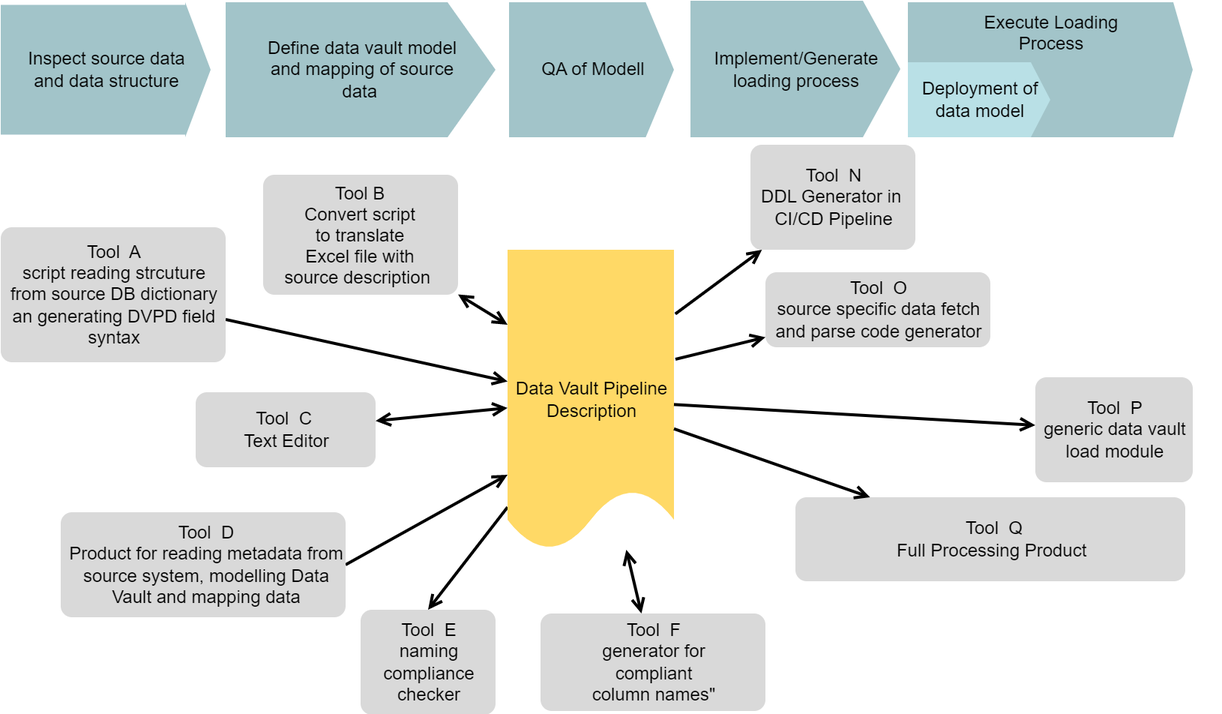
The draw.io diagram documentation/images/dvpd_basic_idea.drawio.png in cimt-ag/data_vault_pipelinedescription, before a commit. Source tidied: cells renumbered, new cells last; positions are measured from the earlier drawing's top-left corner, leaving out a move shared by most shapes.
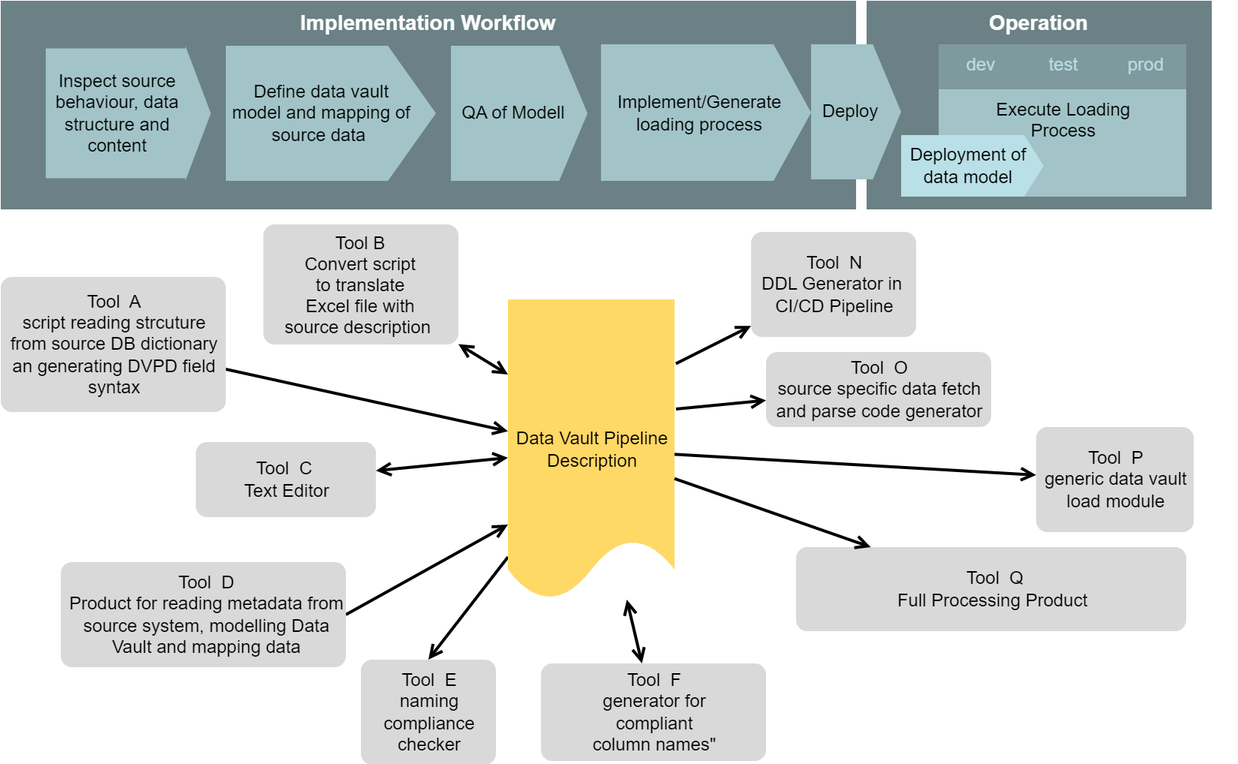
Later version of the same file.

Commit message:
More details in basic idea

Change to the diagram source:
```diff
@@ -2,8 +2,14 @@
   <root>
     <mxCell id="0" />
     <mxCell id="1" value="Layer 0" parent="0" />
+    <mxCell id="29" value="Operation" style="rounded=0;whiteSpace=wrap;html=1;fillColor=#6B8185;strokeColor=none;verticalAlign=top;fontStyle=1;fontSize=14;fontColor=#FCFCFC;" parent="1" vertex="1">
+      <mxGeometry x="577" y="-33" width="230" height="139" as="geometry" />
+    </mxCell>
+    <mxCell id="30" value="Implementation Workflow" style="rounded=0;whiteSpace=wrap;html=1;fillColor=#6B8185;strokeColor=none;verticalAlign=top;fontStyle=1;fontSize=14;fontColor=#FCFCFC;" parent="1" vertex="1">
+      <mxGeometry y="-33" width="570" height="139" as="geometry" />
+    </mxCell>
-    <mxCell id="2" value="&lt;div style=&quot;width: 121.8px;height:auto;word-break: break-word;&quot;&gt;&lt;div align=&quot;center&quot;&gt;&lt;font face=&quot;Arial&quot;&gt;Execute Loading Process&lt;/font&gt;&lt;/div&gt;&lt;/div&gt;" style="shape=mxgraph.arrows2.arrow;dy=0;dx=13;notch=0;shadow=0;strokeWidth=0;strokeColor=none;fillColor=#a2c4c9;opacity=100.0;html=1;nl2Br=0;verticalAlign=top;align=center;spacingLeft=2.6;spacingRight=0;whiteSpace=wrap;gliffyId=6;" parent="1" vertex="1">
-      <mxGeometry x="605" y="1" width="190" height="90" as="geometry" />
+    <mxCell id="2" value="&lt;div style=&quot;width: 121.8px;height:auto;word-break: break-word;&quot;&gt;&lt;div align=&quot;center&quot;&gt;&lt;font face=&quot;Arial&quot;&gt;Execute Loading Process&lt;/font&gt;&lt;/div&gt;&lt;/div&gt;" style="shape=mxgraph.arrows2.arrow;dy=0;dx=0;notch=0;shadow=0;strokeWidth=0;strokeColor=none;fillColor=#a2c4c9;opacity=100.0;html=1;nl2Br=0;verticalAlign=top;align=center;spacingLeft=2.6;spacingRight=0;whiteSpace=wrap;gliffyId=6;" parent="1" vertex="1">
+      <mxGeometry x="625" y="26" width="165" height="71.5" as="geometry" />
     </mxCell>
     <mxCell id="3" style="shape=filledEdge;rounded=0;jettySize=auto;html=1;entryX=0.5;entryY=0;entryDx=0;entryDy=0;labelBackgroundColor=default;strokeColor=#000000;strokeWidth=2;fontFamily=Helvetica;fontSize=11;fontColor=default;startArrow=none;startFill=0;endArrow=open;endFill=0;startSize=6;endSize=6;fillColor=none;" parent="1" edge="1" source="4" target="25">
       <mxGeometry relative="1" as="geometry" />
@@ -11,17 +17,17 @@
     <mxCell id="4" value="Data Vault&#10;Pipeline Description" style="shape=document;size=0.2;shadow=0;strokeWidth=0;strokeColor=none;fillColor=#ffd966;opacity=100.0;nl2Br=0;verticalAlign=middle;align=center;spacingLeft=2.6;spacingRight=0;whiteSpace=wrap;gliffyId=0;" parent="1" vertex="1">
       <mxGeometry x="338" y="166" width="111" height="200" as="geometry" />
     </mxCell>
-    <mxCell id="5" value="&lt;div style=&quot;width: 141.0px;height:auto;word-break: break-word;&quot;&gt;&lt;div align=&quot;center&quot;&gt;&lt;font face=&quot;Arial&quot;&gt;Define data vault model and mapping of source data&amp;nbsp;&lt;/font&gt;&lt;/div&gt;&lt;/div&gt;" style="shape=mxgraph.arrows2.arrow;dy=0;dx=32;notch=0;shadow=0;strokeWidth=0;strokeColor=none;fillColor=#a2c4c9;opacity=100.0;html=1;nl2Br=0;verticalAlign=middle;align=center;spacingLeft=3.0;spacingRight=0;whiteSpace=wrap;gliffyId=2;" parent="1" vertex="1">
-      <mxGeometry x="150" y="1" width="180" height="90" as="geometry" />
+    <mxCell id="5" value="Define data vault model and mapping of source data " style="shape=mxgraph.arrows2.arrow;dy=0;dx=32;notch=0;shadow=0;strokeWidth=0;strokeColor=none;fillColor=#a2c4c9;opacity=100.0;nl2Br=0;verticalAlign=middle;align=center;spacingLeft=3.0;spacingRight=15;whiteSpace=wrap;gliffyId=2;" parent="1" vertex="1">
+      <mxGeometry x="150" y="-3" width="140" height="90" as="geometry" />
     </mxCell>
-    <mxCell id="6" value="&lt;div style=&quot;width: 121.8px;height:auto;word-break: break-word;&quot;&gt;&lt;div align=&quot;center&quot;&gt;Inspect source data and data structure&lt;/div&gt;&lt;/div&gt;" style="shape=mxgraph.arrows2.arrow;dy=0.04;dx=17;notch=0;shadow=0;strokeWidth=0;strokeColor=none;fillColor=#a2c4c9;opacity=100.0;html=1;nl2Br=0;verticalAlign=middle;align=center;spacingLeft=2.6;spacingRight=0;whiteSpace=wrap;gliffyId=4;" parent="1" vertex="1">
-      <mxGeometry y="1" width="140" height="90" as="geometry" />
+    <mxCell id="6" value="Inspect source behaviour,&#10;data structure and content" style="shape=mxgraph.arrows2.arrow;dy=0.04;dx=17;notch=0;shadow=0;strokeWidth=0;strokeColor=none;fillColor=#a2c4c9;opacity=100.0;nl2Br=0;verticalAlign=middle;align=center;spacingLeft=2.6;spacingRight=16;whiteSpace=wrap;gliffyId=4;" parent="1" vertex="1">
+      <mxGeometry x="30" y="-3" width="110" height="90" as="geometry" />
     </mxCell>
-    <mxCell id="7" value="Deployment of data model" style="shape=mxgraph.arrows2.arrow;dy=0;dx=13;notch=0;shadow=0;strokeWidth=0;strokeColor=none;fillColor=#B9E0E6;opacity=100.0;nl2Br=0;verticalAlign=middle;align=center;spacingLeft=2.6;spacingRight=0;whiteSpace=wrap;gliffyId=6;" parent="1" vertex="1">
-      <mxGeometry x="605" y="41" width="95" height="50" as="geometry" />
+    <mxCell id="7" value="Deployment of data model" style="shape=mxgraph.arrows2.arrow;dy=0;dx=13;notch=0;shadow=0;strokeWidth=0;strokeColor=none;fillColor=#B9E0E6;opacity=100.0;nl2Br=0;verticalAlign=middle;align=center;spacingLeft=2.6;spacingRight=7;whiteSpace=wrap;gliffyId=6;" parent="1" vertex="1">
+      <mxGeometry x="600" y="56.5" width="95" height="41" as="geometry" />
     </mxCell>
-    <mxCell id="8" value="&lt;div style=&quot;width: 131.4px;height:auto;word-break: break-word;&quot;&gt;&lt;div align=&quot;center&quot;&gt;&lt;font face=&quot;Arial&quot;&gt;Implement/Generate&lt;/font&gt;&lt;/div&gt;&lt;div align=&quot;center&quot;&gt;&lt;font face=&quot;Arial&quot;&gt;loading process&lt;/font&gt;&lt;/div&gt;&lt;/div&gt;" style="shape=mxgraph.arrows2.arrow;dy=0;dx=25;notch=0;shadow=0;strokeWidth=0;strokeColor=none;fillColor=#a2c4c9;opacity=100.0;html=1;nl2Br=0;verticalAlign=middle;align=center;spacingLeft=2.8;spacingRight=0;whiteSpace=wrap;gliffyId=8;" parent="1" vertex="1">
-      <mxGeometry x="460" width="140" height="91" as="geometry" />
+    <mxCell id="8" value="&lt;div style=&quot;width: 131.4px;height:auto;word-break: break-word;&quot;&gt;&lt;div align=&quot;center&quot;&gt;&lt;font face=&quot;Arial&quot;&gt;Implement/Generate&lt;/font&gt;&lt;/div&gt;&lt;div align=&quot;center&quot;&gt;&lt;font face=&quot;Arial&quot;&gt;loading process&lt;/font&gt;&lt;/div&gt;&lt;/div&gt;" style="shape=mxgraph.arrows2.arrow;dy=0;dx=25;notch=0;shadow=0;strokeWidth=0;strokeColor=none;fillColor=#a2c4c9;opacity=100.0;html=1;nl2Br=0;verticalAlign=middle;align=center;spacingLeft=2.8;spacingRight=10;whiteSpace=wrap;gliffyId=8;" parent="1" vertex="1">
+      <mxGeometry x="400" y="-4" width="140" height="91" as="geometry" />
     </mxCell>
     <mxCell id="9" style="shape=filledEdge;strokeWidth=2;strokeColor=#000000;fillColor=none;startArrow=none;startFill=0;startSize=6;endArrow=open;endFill=0;endSize=6;rounded=0;gliffyId=20;" parent="1" edge="1" source="15" target="4">
       <mxGeometry relative="1" as="geometry" />
@@ -48,10 +54,10 @@
       <mxGeometry relative="1" as="geometry" />
     </mxCell>
     <mxCell id="17" value="Tool&amp;nbsp;&amp;nbsp;N&lt;br&gt;DDL Generator in&amp;nbsp; CI/CD Pipeline" style="shape=rect;rounded=1;arcSize=15;absoluteArcSize=1;shadow=0;strokeWidth=0;strokeColor=none;fillColor=#d9d9d9;opacity=100.0;nl2Br=0;verticalAlign=middle;align=center;spacingLeft=2.0;spacingRight=0;whiteSpace=wrap;gliffyId=12;html=1;" parent="1" vertex="1">
-      <mxGeometry x="500" y="96" width="110" height="70" as="geometry" />
+      <mxGeometry x="500" y="121" width="110" height="70" as="geometry" />
     </mxCell>
     <mxCell id="18" value="Tool&amp;nbsp;&amp;nbsp;O&lt;br&gt;source specific data fetch and parse code generator" style="shape=rect;rounded=1;arcSize=15;absoluteArcSize=1;shadow=0;strokeWidth=0;strokeColor=none;fillColor=#d9d9d9;opacity=100.0;nl2Br=0;verticalAlign=middle;align=center;spacingLeft=2.0;spacingRight=0;gliffyId=12;whiteSpace=wrap;html=1;" parent="1" vertex="1">
-      <mxGeometry x="510" y="181" width="150" height="50" as="geometry" />
+      <mxGeometry x="510" y="201" width="150" height="50" as="geometry" />
     </mxCell>
     <mxCell id="19" value="Tool&amp;nbsp;&amp;nbsp;P&lt;br&gt;generic data vault load module" style="shape=rect;rounded=1;arcSize=15;absoluteArcSize=1;shadow=0;strokeWidth=0;strokeColor=none;fillColor=#d9d9d9;opacity=100.0;nl2Br=0;verticalAlign=middle;align=center;spacingLeft=2.0;spacingRight=0;gliffyId=12;whiteSpace=wrap;html=1;" parent="1" vertex="1">
       <mxGeometry x="690" y="251" width="105" height="70" as="geometry" />
@@ -62,8 +68,8 @@
     <mxCell id="21" style="shape=filledEdge;strokeWidth=2;strokeColor=#000000;fillColor=none;startArrow=none;startFill=0;startSize=6;endArrow=open;endFill=0;endSize=6;rounded=0;gliffyId=28;" parent="1" edge="1" source="4" target="19">
       <mxGeometry relative="1" as="geometry" />
     </mxCell>
-    <mxCell id="22" value="&lt;div style=&quot;width: 141.0px;height:auto;word-break: break-word;&quot;&gt;&lt;div align=&quot;center&quot;&gt;&lt;font face=&quot;Arial&quot;&gt;QA of Modell&lt;/font&gt;&lt;/div&gt;&lt;/div&gt;" style="shape=mxgraph.arrows2.arrow;dy=0;dx=18.83;notch=0;shadow=0;strokeWidth=0;strokeColor=none;fillColor=#a2c4c9;opacity=100.0;html=1;nl2Br=0;verticalAlign=middle;align=center;spacingLeft=3.0;spacingRight=0;whiteSpace=wrap;gliffyId=2;" parent="1" vertex="1">
-      <mxGeometry x="339" y="1" width="110" height="90" as="geometry" />
+    <mxCell id="22" value="&lt;div style=&quot;width: 141.0px;height:auto;word-break: break-word;&quot;&gt;&lt;div align=&quot;center&quot;&gt;&lt;font face=&quot;Arial&quot;&gt;QA of Modell&lt;/font&gt;&lt;/div&gt;&lt;/div&gt;" style="shape=mxgraph.arrows2.arrow;dy=0;dx=18.83;notch=0;shadow=0;strokeWidth=0;strokeColor=none;fillColor=#a2c4c9;opacity=100.0;html=1;nl2Br=0;verticalAlign=middle;align=center;spacingLeft=3.0;spacingRight=10;whiteSpace=wrap;gliffyId=2;" parent="1" vertex="1">
+      <mxGeometry x="300" y="-3" width="91" height="90" as="geometry" />
     </mxCell>
     <mxCell id="23" value="&lt;div style=&quot;width: 93.0px;height:auto;word-break: break-word;&quot;&gt;&lt;div align=&quot;center&quot;&gt;Tool&amp;nbsp;&lt;span style=&quot;font-family: Arial; background-color: initial;&quot;&gt;&amp;nbsp;C&amp;nbsp;&lt;/span&gt;&lt;/div&gt;&lt;div align=&quot;center&quot;&gt;&lt;font face=&quot;Arial&quot;&gt;Text Editor&lt;/font&gt;&lt;/div&gt;&lt;/div&gt;" style="shape=rect;rounded=1;arcSize=15;absoluteArcSize=1;shadow=0;strokeWidth=0;strokeColor=none;fillColor=#d9d9d9;opacity=100.0;html=1;nl2Br=0;verticalAlign=middle;align=center;spacingLeft=2.0;spacingRight=0;whiteSpace=wrap;gliffyId=12;" parent="1" vertex="1">
       <mxGeometry x="130" y="261" width="120" height="50" as="geometry" />
@@ -83,5 +89,17 @@
     <mxCell id="28" style="shape=filledEdge;rounded=0;jettySize=auto;html=1;labelBackgroundColor=default;strokeColor=#000000;strokeWidth=2;fontFamily=Helvetica;fontSize=11;fontColor=default;startArrow=open;startFill=0;endArrow=open;endFill=0;startSize=6;endSize=6;fillColor=none;" parent="1" edge="1" source="4" target="27">
       <mxGeometry relative="1" as="geometry" />
     </mxCell>
+    <mxCell id="31" value="&lt;div style=&quot;width: 141.0px;height:auto;word-break: break-word;&quot;&gt;&lt;div align=&quot;center&quot;&gt;&lt;font face=&quot;Arial&quot;&gt;Deploy&lt;/font&gt;&lt;/div&gt;&lt;/div&gt;" style="shape=mxgraph.arrows2.arrow;dy=0;dx=18.83;notch=0;shadow=0;strokeWidth=0;strokeColor=none;fillColor=#a2c4c9;opacity=100.0;html=1;nl2Br=0;verticalAlign=middle;align=center;spacingLeft=3.0;spacingRight=10;whiteSpace=wrap;gliffyId=2;" parent="1" vertex="1">
+      <mxGeometry x="540" y="-4" width="60" height="90" as="geometry" />
+    </mxCell>
+    <mxCell id="32" value="&lt;div style=&quot;width: 121.8px;height:auto;word-break: break-word;&quot;&gt;&lt;div align=&quot;center&quot;&gt;&lt;font face=&quot;Arial&quot;&gt;dev&lt;/font&gt;&lt;/div&gt;&lt;/div&gt;" style="shape=mxgraph.arrows2.arrow;dy=0;dx=0;notch=0;shadow=0;strokeWidth=0;strokeColor=none;fillColor=#7F9A9E;opacity=100.0;html=1;nl2Br=0;verticalAlign=top;align=center;spacingLeft=2.6;spacingRight=0;whiteSpace=wrap;gliffyId=6;fontColor=#B7DDE3;" parent="1" vertex="1">
+      <mxGeometry x="625" y="-4" width="55" height="30" as="geometry" />
+    </mxCell>
+    <mxCell id="33" value="&lt;div style=&quot;width: 121.8px;height:auto;word-break: break-word;&quot;&gt;&lt;div align=&quot;center&quot;&gt;&lt;font face=&quot;Arial&quot;&gt;test&lt;/font&gt;&lt;/div&gt;&lt;/div&gt;" style="shape=mxgraph.arrows2.arrow;dy=0;dx=0;notch=0;shadow=0;strokeWidth=0;strokeColor=none;fillColor=#7F9A9E;opacity=100.0;html=1;nl2Br=0;verticalAlign=top;align=center;spacingLeft=2.6;spacingRight=0;whiteSpace=wrap;gliffyId=6;fontColor=#B7DDE3;" parent="1" vertex="1">
+      <mxGeometry x="680" y="-4" width="55" height="30" as="geometry" />
+    </mxCell>
+    <mxCell id="34" value="&lt;div style=&quot;width: 121.8px;height:auto;word-break: break-word;&quot;&gt;&lt;div align=&quot;center&quot;&gt;&lt;font face=&quot;Arial&quot;&gt;prod&lt;/font&gt;&lt;/div&gt;&lt;/div&gt;" style="shape=mxgraph.arrows2.arrow;dy=0;dx=0;notch=0;shadow=0;strokeWidth=0;strokeColor=none;fillColor=#7F9A9E;opacity=100.0;html=1;nl2Br=0;verticalAlign=top;align=center;spacingLeft=2.6;spacingRight=0;whiteSpace=wrap;gliffyId=6;fontColor=#B7DDE3;" parent="1" vertex="1">
+      <mxGeometry x="735" y="-4" width="55" height="30" as="geometry" />
+    </mxCell>
   </root>
 </mxGraphModel>
```
